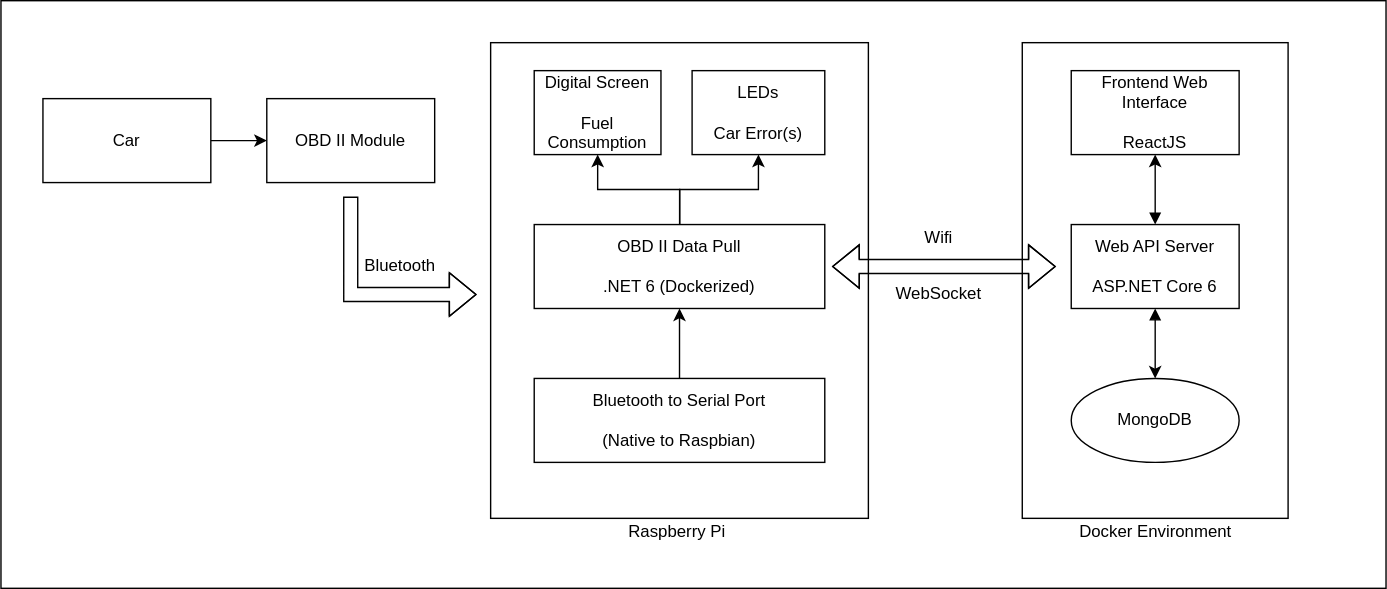
Above: docs/diagram.svg in vraoum/vroom-stats (draw.io), before the change. Source tidied: cells renumbered, new cells last; positions are measured from the earlier drawing's top-left corner, leaving out a move shared by most shapes.
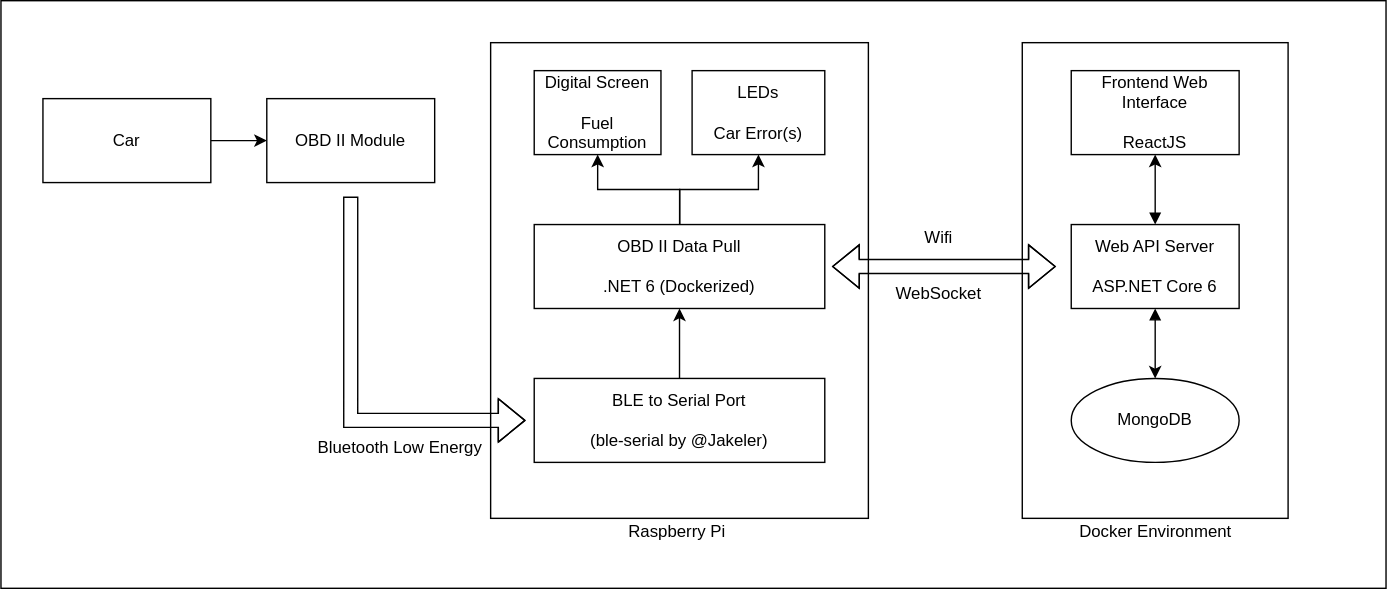
After the change.

What changed in the source:
```diff
@@ -14,17 +14,8 @@
     <mxCell id="5" value="OBD II Module" style="rounded=0;whiteSpace=wrap;html=1;" parent="1" vertex="1">
       <mxGeometry x="190" y="70" width="120" height="60" as="geometry" />
     </mxCell>
-    <mxCell id="6" style="shape=flexArrow;endArrow=classic;html=1;rounded=0;" parent="1" edge="1">
-      <mxGeometry relative="1" as="geometry">
-        <mxPoint x="250" y="140" as="sourcePoint" />
-        <mxPoint x="340" y="210" as="targetPoint" />
-        <Array as="points">
-          <mxPoint x="250" y="210" />
-        </Array>
-      </mxGeometry>
-    </mxCell>
-    <mxCell id="7" value="Bluetooth" style="text;html=1;align=center;verticalAlign=middle;strokeColor=none;fillColor=none;" parent="1" vertex="1">
-      <mxGeometry x="250" y="180" width="70" height="20" as="geometry" />
+    <mxCell id="7" value="Bluetooth Low Energy" style="text;html=1;align=center;verticalAlign=middle;strokeColor=none;fillColor=none;" parent="1" vertex="1">
+      <mxGeometry x="220" y="310" width="130" height="20" as="geometry" />
     </mxCell>
     <mxCell id="8" style="group;" parent="1" vertex="1">
       <mxGeometry x="350" y="30" width="270" height="360" as="geometry" />
@@ -35,7 +26,7 @@
     <mxCell id="10" style="edgeStyle=orthogonalEdgeStyle;rounded=0;jettySize=auto;html=1;startArrow=none;startFill=0;" parent="8" edge="1" source="11" target="17">
       <mxGeometry relative="1" as="geometry" />
     </mxCell>
-    <mxCell id="11" value="Bluetooth to Serial Port&lt;br&gt;&lt;br&gt;(Native to Raspbian)" style="rounded=0;whiteSpace=wrap;html=1;" parent="8" vertex="1">
+    <mxCell id="11" value="BLE to Serial Port&lt;br&gt;&lt;br&gt;(ble-serial by @Jakeler)" style="rounded=0;whiteSpace=wrap;html=1;" parent="8" vertex="1">
       <mxGeometry x="31.2" y="240" width="207.7" height="60" as="geometry" />
     </mxCell>
     <mxCell id="12" value="LEDs&lt;br&gt;&lt;br&gt;Car Error(s)" style="rounded=0;whiteSpace=wrap;html=1;" parent="8" vertex="1">
@@ -95,5 +86,14 @@
         </Array>
       </mxGeometry>
     </mxCell>
+    <mxCell id="6" style="shape=flexArrow;endArrow=classic;html=1;rounded=0;" parent="1" edge="1">
+      <mxGeometry relative="1" as="geometry">
+        <mxPoint x="250" y="140" as="sourcePoint" />
+        <mxPoint x="375" y="300" as="targetPoint" />
+        <Array as="points">
+          <mxPoint x="250" y="300" />
+        </Array>
+      </mxGeometry>
+    </mxCell>
   </root>
 </mxGraphModel>
```
